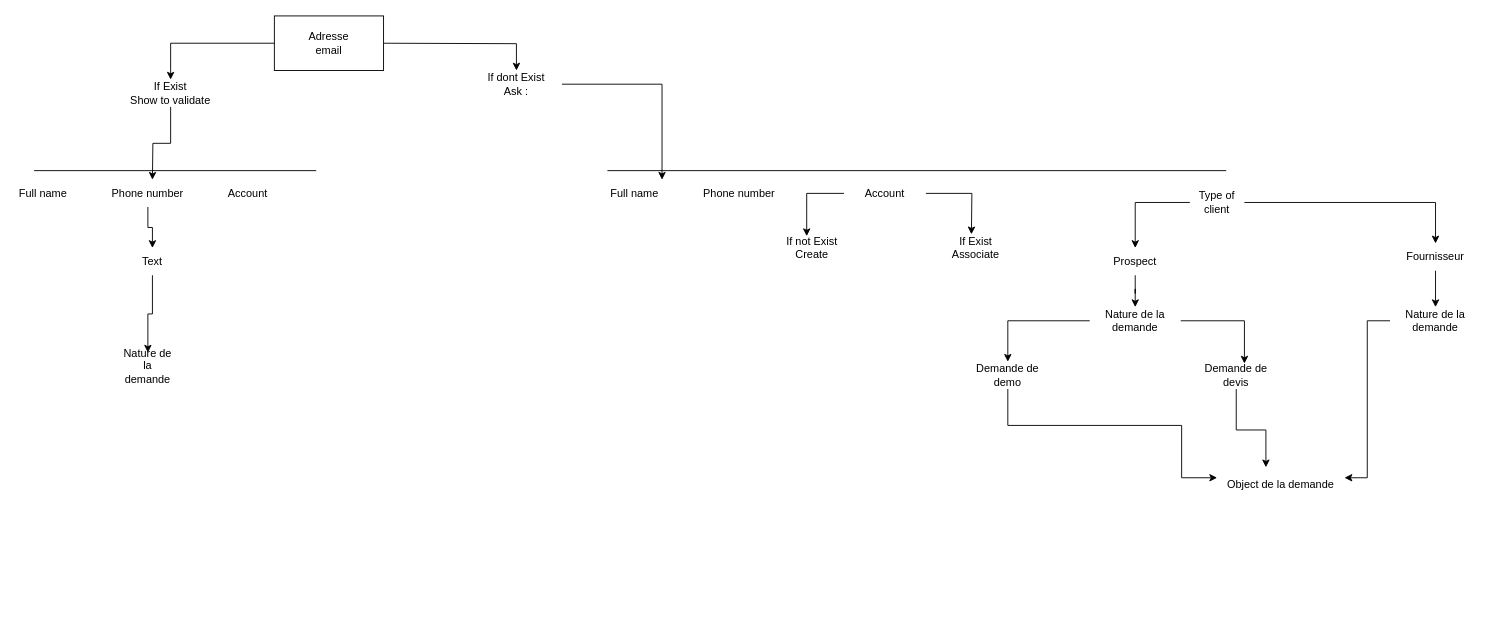
Earlier version of the draw.io diagram equalog.drawio (Bastien64/Draw.io). Source tidied: cells renumbered, new cells numbered last; positions are measured from the earlier drawing's top-left corner, leaving out a move shared by most shapes. Both pictures are drawn from the tidied source at 91%, with x=0, y=0 at pixel (15, 15).
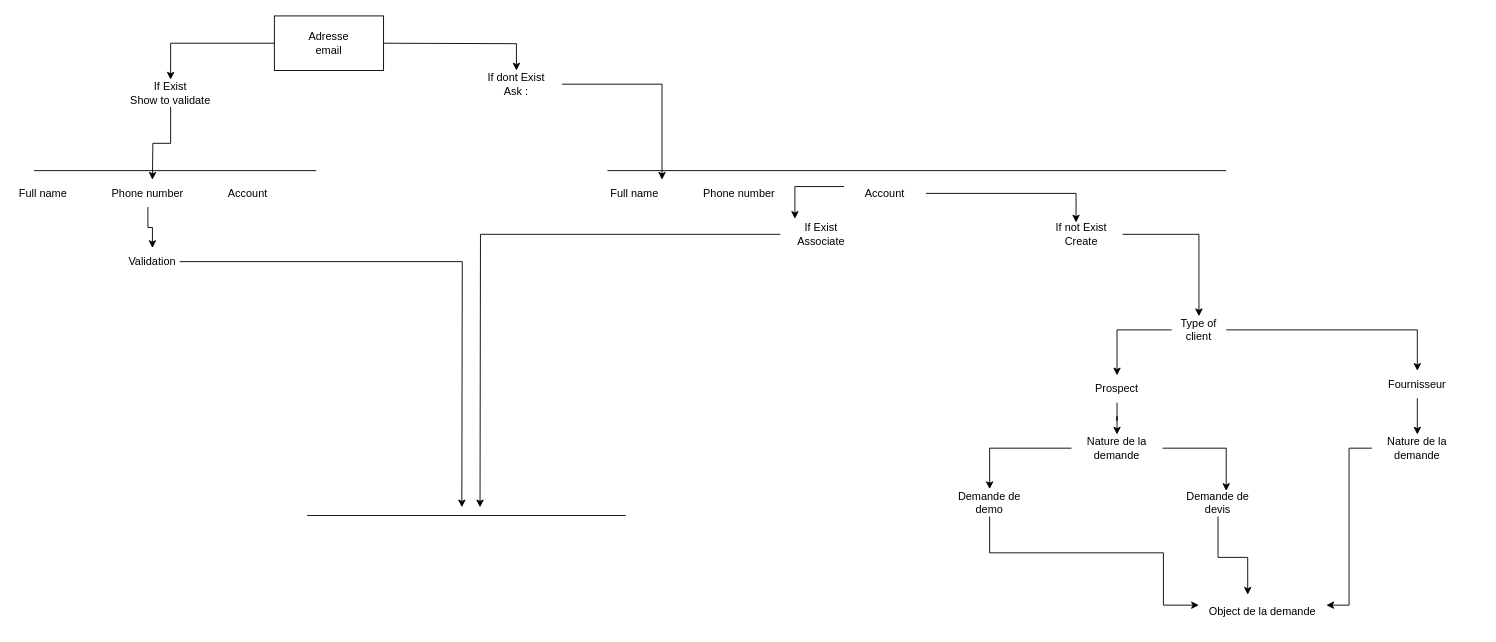
The same diagram, later.

Commit message (it also covers changes not shown here):
Mettre à jour equalog.drawio

The change refers to these unchanged cells:
```xml
<mxCell id="30" value="Account" style="text;html=1;align=center;verticalAlign=middle;whiteSpace=wrap;rounded=0;" parent="1" vertex="1">
  <mxGeometry x="910" y="180" width="90" height="30" as="geometry" />
</mxCell>
```

What changed in the source:
```diff
@@
     <mxCell id="10" value="Type of client" style="text;html=1;align=center;verticalAlign=middle;whiteSpace=wrap;rounded=0;" parent="1" vertex="1">
-      <mxGeometry x="1290" y="190" width="60" height="30" as="geometry" />
+      <mxGeometry x="1270" y="330" width="60" height="30" as="geometry" />
     </mxCell>
     <mxCell id="11" style="edgeStyle=orthogonalEdgeStyle;rounded=0;jettySize=auto;html=1;entryX=0;entryY=0.25;entryDx=0;entryDy=0;" parent="1" edge="1" source="12" target="34">
       <mxGeometry relative="1" as="geometry">
         <Array as="points">
-          <mxPoint x="1090" y="450" />
-          <mxPoint x="1281" y="450" />
-          <mxPoint x="1281" y="508" />
+          <mxPoint x="1070" y="590" />
+          <mxPoint x="1261" y="590" />
+          <mxPoint x="1261" y="648" />
         </Array>
       </mxGeometry>
     </mxCell>
     <mxCell id="12" value="Demande de demo" style="text;html=1;align=center;verticalAlign=middle;whiteSpace=wrap;rounded=0;" parent="1" vertex="1">
-      <mxGeometry x="1040" y="380" width="100" height="30" as="geometry" />
+      <mxGeometry x="1020" y="520" width="100" height="30" as="geometry" />
     </mxCell>
@@
     <mxCell id="16" value="&lt;div&gt;Prospect&lt;/div&gt;" style="text;html=1;align=center;verticalAlign=middle;whiteSpace=wrap;rounded=0;" parent="1" vertex="1">
-      <mxGeometry x="1200" y="255" width="60" height="30" as="geometry" />
+      <mxGeometry x="1180" y="395" width="60" height="30" as="geometry" />
     </mxCell>
@@
     <mxCell id="18" value="&lt;div&gt;Fournisseur&lt;/div&gt;" style="text;html=1;align=center;verticalAlign=middle;whiteSpace=wrap;rounded=0;" parent="1" vertex="1">
-      <mxGeometry x="1530" y="250" width="60" height="30" as="geometry" />
+      <mxGeometry x="1510" y="390" width="60" height="30" as="geometry" />
     </mxCell>
     <mxCell id="19" style="edgeStyle=orthogonalEdgeStyle;rounded=0;orthogonalLoop=1;jettySize=auto;html=1;" parent="1" edge="1">
       <mxGeometry relative="1" as="geometry">
-        <mxPoint x="1090" y="380" as="sourcePoint" />
-        <mxPoint x="1090" y="380" as="targetPoint" />
+        <mxPoint x="1070" y="520" as="sourcePoint" />
+        <mxPoint x="1070" y="520" as="targetPoint" />
       </mxGeometry>
     </mxCell>
@@
     <mxCell id="21" value="Nature de la demande" style="text;html=1;align=center;verticalAlign=middle;whiteSpace=wrap;rounded=0;" parent="1" vertex="1">
-      <mxGeometry x="1180" y="320" width="100" height="30" as="geometry" />
+      <mxGeometry x="1160" y="460" width="100" height="30" as="geometry" />
     </mxCell>
@@
     <mxCell id="23" value="Nature de la demande" style="text;html=1;align=center;verticalAlign=middle;whiteSpace=wrap;rounded=0;" parent="1" vertex="1">
-      <mxGeometry x="1510" y="320" width="100" height="30" as="geometry" />
+      <mxGeometry x="1490" y="460" width="100" height="30" as="geometry" />
     </mxCell>
@@
     <mxCell id="25" value="Demande de devis" style="text;html=1;align=center;verticalAlign=middle;whiteSpace=wrap;rounded=0;" parent="1" vertex="1">
-      <mxGeometry x="1291" y="380" width="100" height="30" as="geometry" />
+      <mxGeometry x="1271" y="520" width="100" height="30" as="geometry" />
     </mxCell>
@@
-    <mxCell id="29" style="edgeStyle=orthogonalEdgeStyle;rounded=0;jettySize=auto;html=1;" parent="1" edge="1" source="30">
-      <mxGeometry relative="1" as="geometry">
-        <mxPoint x="1050" y="240" as="targetPoint" />
-      </mxGeometry>
-    </mxCell>
@@
+    <mxCell id="44" style="edgeStyle=orthogonalEdgeStyle;rounded=0;jettySize=auto;html=1;" parent="1" edge="1" source="31">
+      <mxGeometry relative="1" as="geometry">
+        <mxPoint x="510" y="540" as="targetPoint" />
+      </mxGeometry>
+    </mxCell>
     <mxCell id="31" value="If Exist Associate" style="text;html=1;align=center;verticalAlign=middle;whiteSpace=wrap;rounded=0;" parent="1" vertex="1">
-      <mxGeometry x="1010" y="240" width="90" height="30" as="geometry" />
+      <mxGeometry x="840" y="225" width="90" height="30" as="geometry" />
     </mxCell>
+    <mxCell id="45" style="edgeStyle=orthogonalEdgeStyle;rounded=0;jettySize=auto;html=1;" parent="1" edge="1" source="32" target="10">
+      <mxGeometry relative="1" as="geometry" />
+    </mxCell>
     <mxCell id="32" value="If not Exist Create" style="text;html=1;align=center;verticalAlign=middle;whiteSpace=wrap;rounded=0;" parent="1" vertex="1">
-      <mxGeometry x="830" y="240" width="90" height="30" as="geometry" />
+      <mxGeometry x="1126" y="225" width="90" height="30" as="geometry" />
     </mxCell>
-    <mxCell id="33" style="edgeStyle=orthogonalEdgeStyle;rounded=0;jettySize=auto;html=1;entryX=0.433;entryY=0.067;entryDx=0;entryDy=0;entryPerimeter=0;exitX=0;exitY=0.5;exitDx=0;exitDy=0;" parent="1" edge="1" source="30" target="32">
+    <mxCell id="33" style="edgeStyle=orthogonalEdgeStyle;rounded=0;jettySize=auto;html=1;entryX=0.433;entryY=0.067;entryDx=0;entryDy=0;entryPerimeter=0;" parent="1" edge="1" source="30" target="32">
       <mxGeometry relative="1" as="geometry" />
     </mxCell>
     <mxCell id="34" value="Object de la demande" style="text;html=1;align=center;verticalAlign=middle;whiteSpace=wrap;rounded=0;" parent="1" vertex="1">
-      <mxGeometry x="1320" y="500" width="140" height="30" as="geometry" />
+      <mxGeometry x="1300" y="640" width="140" height="30" as="geometry" />
     </mxCell>
@@
-    <mxCell id="38" style="edgeStyle=orthogonalEdgeStyle;rounded=0;jettySize=auto;html=1;" parent="1" edge="1" source="43" target="41">
-      <mxGeometry relative="1" as="geometry" />
+    <mxCell id="38" style="edgeStyle=orthogonalEdgeStyle;rounded=0;jettySize=auto;html=1;" parent="1" edge="1" source="43">
+      <mxGeometry relative="1" as="geometry">
+        <mxPoint x="490" y="540" as="targetPoint" />
+      </mxGeometry>
     </mxCell>
@@
-    <mxCell id="41" value="Nature de la demande" style="text;html=1;align=center;verticalAlign=middle;whiteSpace=wrap;rounded=0;" parent="1" vertex="1">
-      <mxGeometry x="115" y="370" width="60" height="30" as="geometry" />
-    </mxCell>
@@
-    <mxCell id="43" value="Text" style="text;html=1;align=center;verticalAlign=middle;whiteSpace=wrap;rounded=0;" parent="1" vertex="1">
+    <mxCell id="43" value="Validation" style="text;html=1;align=center;verticalAlign=middle;whiteSpace=wrap;rounded=0;" parent="1" vertex="1">
       <mxGeometry x="120" y="255" width="60" height="30" as="geometry" />
     </mxCell>
+    <mxCell id="46" style="edgeStyle=orthogonalEdgeStyle;rounded=0;jettySize=auto;html=1;entryX=0.178;entryY=-0.067;entryDx=0;entryDy=0;entryPerimeter=0;exitX=0;exitY=0.25;exitDx=0;exitDy=0;" parent="1" edge="1" source="30" target="31">
+      <mxGeometry relative="1" as="geometry" />
+    </mxCell>
+    <mxCell id="47" style="endArrow=none;html=1;rounded=0;" parent="1" edge="1">
+      <mxGeometry relative="1" as="geometry">
+        <mxPoint x="320" y="549" as="sourcePoint" />
+        <mxPoint x="670" y="549" as="targetPoint" />
+      </mxGeometry>
+    </mxCell>
```
